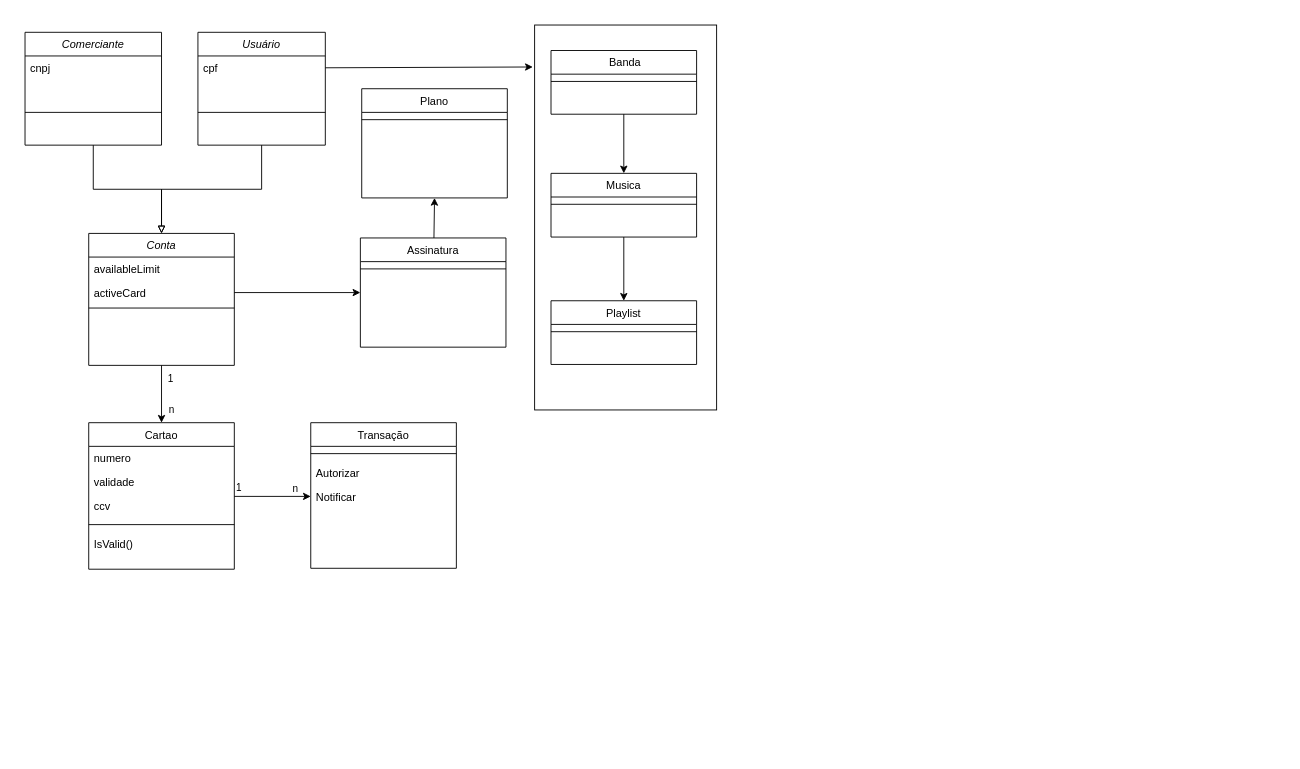
Before: Class_Diagram.drawio in alexfariakof/Infnet_Tecnologia_.NET_23E4_2, a draw.io diagram. Source tidied: cells renumbered, new cells numbered last; positions are measured from the earlier drawing's top-left corner, leaving out a move shared by most shapes. Both pictures are drawn from the tidied source at 91%, with x=0, y=0 at pixel (25, 25).
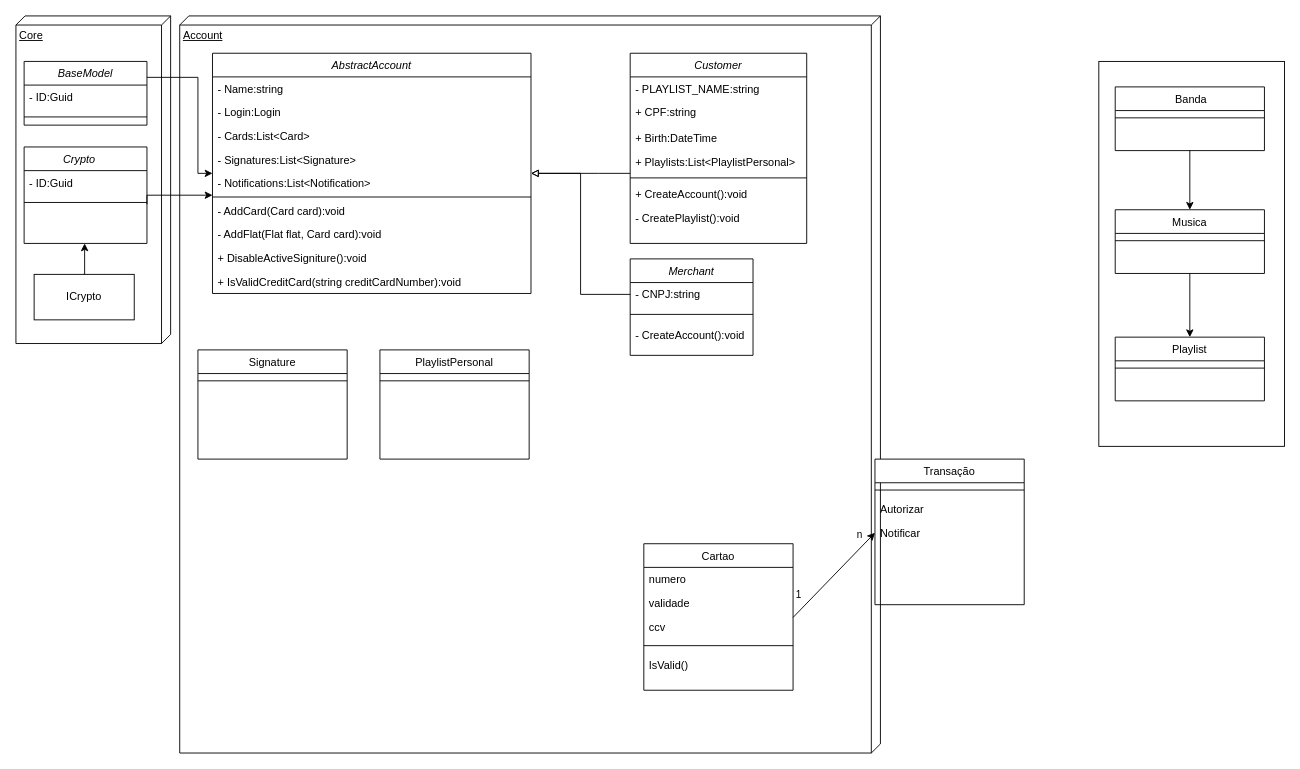
The same diagram, later.

Change to the diagram source:
```diff
@@
-    <mxCell id="2" style="rounded=0;jettySize=auto;html=1;entryX=0.5;entryY=0;entryDx=0;entryDy=0;" parent="1" edge="1" source="5" target="9">
-      <mxGeometry relative="1" as="geometry" />
-    </mxCell>
-    <mxCell id="3" value="n" style="edgeLabel;html=1;align=center;verticalAlign=middle;" parent="2" vertex="1">
-      <mxGeometry x="0.51" y="3" relative="1" as="geometry">
-        <mxPoint x="7" as="offset" />
-      </mxGeometry>
-    </mxCell>
-    <mxCell id="4" value="1" style="edgeLabel;html=1;align=center;verticalAlign=middle;" parent="2" vertex="1">
-      <mxGeometry x="-0.56" y="-1" relative="1" as="geometry">
-        <mxPoint x="10" as="offset" />
-      </mxGeometry>
-    </mxCell>
+    <mxCell id="47" value="Account&lt;br&gt;" style="verticalAlign=top;align=left;spacingTop=8;spacingLeft=2;spacingRight=12;shape=cube;size=10;direction=south;fontStyle=4;html=1;whiteSpace=wrap;" parent="1" vertex="1">
+      <mxGeometry x="170" y="-10" width="770" height="810" as="geometry" />
+    </mxCell>
+    <mxCell id="48" value="Core&lt;br&gt;" style="verticalAlign=top;align=left;spacingTop=8;spacingLeft=2;spacingRight=12;shape=cube;size=10;direction=south;fontStyle=4;html=1;whiteSpace=wrap;" parent="1" vertex="1">
+      <mxGeometry x="-10" y="-10" width="170" height="360" as="geometry" />
+    </mxCell>
-    <mxCell id="5" value="Conta" style="swimlane;fontStyle=2;align=center;verticalAlign=top;horizontal=1;startSize=26;rounded=0;shadow=0;strokeWidth=1;labelBackgroundColor=default;" parent="1" vertex="1">
-      <mxGeometry x="70" y="229" width="160" height="145" as="geometry" />
+    <mxCell id="5" value="AbstractAccount" style="swimlane;fontStyle=2;align=center;verticalAlign=top;horizontal=1;startSize=26;rounded=0;shadow=0;strokeWidth=1;labelBackgroundColor=default;" parent="1" vertex="1">
+      <mxGeometry x="206" y="31" width="350" height="264" as="geometry" />
     </mxCell>
-    <mxCell id="6" value="availableLimit" style="text;align=left;verticalAlign=top;spacingLeft=4;spacingRight=4;overflow=hidden;rounded=0;shadow=0;html=0;" parent="5" vertex="1">
-      <mxGeometry y="26" width="160" height="26" as="geometry" />
+    <mxCell id="6" value="- Name:string" style="text;align=left;verticalAlign=top;spacingLeft=4;spacingRight=4;overflow=hidden;rounded=0;shadow=0;html=0;" parent="5" vertex="1">
+      <mxGeometry y="26" width="350" height="26" as="geometry" />
     </mxCell>
-    <mxCell id="7" value="activeCard" style="text;align=left;verticalAlign=top;spacingLeft=4;spacingRight=4;overflow=hidden;points=[[0,0.5],[1,0.5]];portConstraint=eastwest;" parent="5" vertex="1">
-      <mxGeometry y="52" width="160" height="26" as="geometry" />
+    <mxCell id="7" value="- Login:Login" style="text;align=left;verticalAlign=top;spacingLeft=4;spacingRight=4;overflow=hidden;points=[[0,0.5],[1,0.5]];portConstraint=eastwest;" parent="5" vertex="1">
+      <mxGeometry y="52" width="350" height="26" as="geometry" />
     </mxCell>
+    <mxCell id="49" value="- Cards:List&lt;Card&gt;" style="text;align=left;verticalAlign=top;spacingLeft=4;spacingRight=4;overflow=hidden;" parent="5" vertex="1">
+      <mxGeometry y="78" width="350" height="26" as="geometry" />
+    </mxCell>
+    <mxCell id="50" value="- Signatures:List&lt;Signature&gt;" style="text;align=left;verticalAlign=top;spacingLeft=4;spacingRight=4;overflow=hidden;" parent="5" vertex="1">
+      <mxGeometry y="104" width="350" height="26" as="geometry" />
+    </mxCell>
+    <mxCell id="51" value="- Notifications:List&lt;Notification&gt;" style="text;align=left;verticalAlign=top;spacingLeft=4;spacingRight=4;overflow=hidden;" parent="5" vertex="1">
+      <mxGeometry y="130" width="350" height="26" as="geometry" />
+    </mxCell>
     <mxCell id="8" style="line;html=1;strokeWidth=1;align=left;verticalAlign=middle;spacingTop=-1;spacingLeft=3;spacingRight=3;labelPosition=right;" parent="5" vertex="1">
-      <mxGeometry y="78" width="160" height="8" as="geometry" />
+      <mxGeometry y="156" width="350" height="4" as="geometry" />
     </mxCell>
+    <mxCell id="52" value="- AddCard(Card card):void " style="text;align=left;verticalAlign=top;spacingLeft=4;spacingRight=4;overflow=hidden;" parent="5" vertex="1">
+      <mxGeometry y="160" width="350" height="26" as="geometry" />
+    </mxCell>
+    <mxCell id="53" value="- AddFlat(Flat flat, Card card):void " style="text;align=left;verticalAlign=top;spacingLeft=4;spacingRight=4;overflow=hidden;" parent="5" vertex="1">
+      <mxGeometry y="186" width="350" height="26" as="geometry" />
+    </mxCell>
+    <mxCell id="54" value="+ DisableActiveSigniture():void " style="text;align=left;verticalAlign=top;spacingLeft=4;spacingRight=4;overflow=hidden;" parent="5" vertex="1">
+      <mxGeometry y="212" width="350" height="26" as="geometry" />
+    </mxCell>
+    <mxCell id="55" value="+ IsValidCreditCard(string creditCardNumber):void" style="text;align=left;verticalAlign=top;spacingLeft=4;spacingRight=4;overflow=hidden;" parent="5" vertex="1">
+      <mxGeometry y="238" width="350" height="26" as="geometry" />
+    </mxCell>
     <mxCell id="9" value="Cartao&#10;" style="swimlane;fontStyle=0;align=center;verticalAlign=top;horizontal=1;startSize=26;rounded=0;shadow=0;strokeWidth=1;" parent="1" vertex="1">
-      <mxGeometry x="70" y="437" width="160" height="161" as="geometry" />
+      <mxGeometry x="680" y="570" width="164" height="161" as="geometry" />
     </mxCell>
     <mxCell id="10" value="numero&#10;" style="text;align=left;verticalAlign=top;spacingLeft=4;spacingRight=4;overflow=hidden;" parent="9" vertex="1">
-      <mxGeometry y="26" width="160" height="26" as="geometry" />
+      <mxGeometry y="26" width="164" height="26" as="geometry" />
     </mxCell>
     <mxCell id="11" value="validade&#10;" style="text;align=left;verticalAlign=top;spacingLeft=4;spacingRight=4;overflow=hidden;points=[[0,0.5],[1,0.5]];portConstraint=eastwest;" parent="9" vertex="1">
-      <mxGeometry y="52" width="160" height="26" as="geometry" />
+      <mxGeometry y="52" width="164" height="26" as="geometry" />
     </mxCell>
     <mxCell id="12" value="ccv&#10;" style="text;align=left;verticalAlign=top;spacingLeft=4;spacingRight=4;overflow=hidden;" parent="9" vertex="1">
-      <mxGeometry y="78" width="160" height="26" as="geometry" />
+      <mxGeometry y="78" width="164" height="26" as="geometry" />
     </mxCell>
     <mxCell id="13" style="line;html=1;strokeWidth=1;align=left;verticalAlign=middle;spacingTop=-1;spacingLeft=3;spacingRight=3;labelPosition=right;" parent="9" vertex="1">
-      <mxGeometry y="104" width="160" height="16" as="geometry" />
+      <mxGeometry y="104" width="164" height="16" as="geometry" />
     </mxCell>
     <mxCell id="14" value="IsValid()" style="text;align=left;verticalAlign=top;spacingLeft=4;spacingRight=4;overflow=hidden;" parent="9" vertex="1">
-      <mxGeometry y="120" width="160" height="26" as="geometry" />
+      <mxGeometry y="120" width="164" height="26" as="geometry" />
     </mxCell>
-    <mxCell id="15" style="edgeStyle=orthogonalEdgeStyle;rounded=0;jettySize=auto;html=1;exitX=0.5;exitY=1;exitDx=0;exitDy=0;entryX=0.5;entryY=0;entryDx=0;entryDy=0;endArrow=block;endFill=0;" parent="1" edge="1" source="16" target="5">
-      <mxGeometry relative="1" as="geometry" />
-    </mxCell>
-    <mxCell id="16" value="Usuário&#10;" style="swimlane;fontStyle=2;align=center;verticalAlign=top;horizontal=1;startSize=26;rounded=0;shadow=0;strokeWidth=1;labelBackgroundColor=default;" parent="1" vertex="1">
-      <mxGeometry x="190" y="8" width="140" height="124" as="geometry" />
+    <mxCell id="16" value="Customer" style="swimlane;fontStyle=2;align=center;verticalAlign=top;horizontal=1;startSize=26;rounded=0;shadow=0;strokeWidth=1;labelBackgroundColor=default;" parent="1" vertex="1">
+      <mxGeometry x="665" y="31" width="194" height="209" as="geometry" />
     </mxCell>
-    <mxCell id="17" value="cpf" style="text;align=left;verticalAlign=top;spacingLeft=4;spacingRight=4;overflow=hidden;points=[[0,0.5],[1,0.5]];portConstraint=eastwest;rounded=0;shadow=0;html=0;" parent="16" vertex="1">
-      <mxGeometry y="26" width="140" height="26" as="geometry" />
+    <mxCell id="17" value="- PLAYLIST_NAME:string&#10;" style="text;align=left;verticalAlign=top;spacingLeft=4;spacingRight=4;overflow=hidden;points=[[0,0.5],[1,0.5]];portConstraint=eastwest;rounded=0;shadow=0;html=0;" parent="16" vertex="1">
+      <mxGeometry y="26" width="194" height="26" as="geometry" />
     </mxCell>
+    <mxCell id="56" value="+ CPF:string" style="text;align=left;verticalAlign=top;spacingLeft=4;spacingRight=4;overflow=hidden;rounded=0;shadow=0;html=0;" parent="16" vertex="1">
+      <mxGeometry y="52" width="194" height="28" as="geometry" />
+    </mxCell>
+    <mxCell id="57" value="+ Birth:DateTime" style="text;align=left;verticalAlign=top;spacingLeft=4;spacingRight=4;overflow=hidden;rounded=0;shadow=0;html=0;" parent="16" vertex="1">
+      <mxGeometry y="80" width="194" height="26" as="geometry" />
+    </mxCell>
+    <mxCell id="58" value="+ Playlists:List&lt;PlaylistPersonal&gt;" style="text;align=left;verticalAlign=top;spacingLeft=4;spacingRight=4;overflow=hidden;points=[[0,0.5],[1,0.5]];portConstraint=eastwest;rounded=0;shadow=0;html=0;" parent="16" vertex="1">
+      <mxGeometry y="106" width="194" height="26" as="geometry" />
+    </mxCell>
     <mxCell id="18" style="line;html=1;strokeWidth=1;align=left;verticalAlign=middle;spacingTop=-1;spacingLeft=3;spacingRight=3;labelPosition=right;" parent="16" vertex="1">
-      <mxGeometry y="52" width="140" height="72" as="geometry" />
+      <mxGeometry y="132" width="194" height="10" as="geometry" />
     </mxCell>
+    <mxCell id="59" value="+ CreateAccount():void" style="text;align=left;verticalAlign=top;spacingLeft=4;spacingRight=4;overflow=hidden;rounded=0;shadow=0;html=0;" parent="16" vertex="1">
+      <mxGeometry y="142" width="194" height="26" as="geometry" />
+    </mxCell>
+    <mxCell id="60" value="- CreatePlaylist():void" style="text;align=left;verticalAlign=top;spacingLeft=4;spacingRight=4;overflow=hidden;rounded=0;shadow=0;html=0;" parent="16" vertex="1">
+      <mxGeometry y="168" width="194" height="26" as="geometry" />
+    </mxCell>
     <mxCell id="19" value="Transação" style="swimlane;fontStyle=0;align=center;verticalAlign=top;horizontal=1;startSize=26;rounded=0;shadow=0;strokeWidth=1;" parent="1" vertex="1">
-      <mxGeometry x="314" y="437" width="160" height="160" as="geometry" />
+      <mxGeometry x="934" y="477" width="164" height="160" as="geometry" />
     </mxCell>
     <mxCell id="20" style="line;html=1;strokeWidth=1;align=left;verticalAlign=middle;spacingTop=-1;spacingLeft=3;spacingRight=3;labelPosition=right;" parent="19" vertex="1">
-      <mxGeometry y="26" width="160" height="16" as="geometry" />
+      <mxGeometry y="26" width="164" height="16" as="geometry" />
     </mxCell>
     <mxCell id="21" value="Autorizar&#10;" style="text;align=left;verticalAlign=top;spacingLeft=4;spacingRight=4;overflow=hidden;" parent="19" vertex="1">
-      <mxGeometry y="42" width="160" height="26" as="geometry" />
+      <mxGeometry y="42" width="164" height="26" as="geometry" />
     </mxCell>
     <mxCell id="22" value="Notificar" style="text;align=left;verticalAlign=top;spacingLeft=4;spacingRight=4;overflow=hidden;points=[[0,0.5],[1,0.5]];portConstraint=eastwest;" parent="19" vertex="1">
-      <mxGeometry y="68" width="160" height="26" as="geometry" />
+      <mxGeometry y="68" width="164" height="26" as="geometry" />
     </mxCell>
@@
-    <mxCell id="26" style="rounded=0;jettySize=auto;html=1;entryX=0.5;entryY=1;entryDx=0;entryDy=0;" parent="1" edge="1" source="27" target="34">
-      <mxGeometry relative="1" as="geometry" />
-    </mxCell>
-    <mxCell id="27" value="Assinatura" style="swimlane;fontStyle=0;align=center;verticalAlign=top;horizontal=1;startSize=26;rounded=0;shadow=0;strokeWidth=1;" parent="1" vertex="1">
-      <mxGeometry x="368.5" y="234" width="160" height="120" as="geometry" />
+    <mxCell id="27" value="Signature" style="swimlane;fontStyle=0;align=center;verticalAlign=top;horizontal=1;startSize=26;rounded=0;shadow=0;strokeWidth=1;" parent="1" vertex="1">
+      <mxGeometry x="190" y="357" width="164" height="120" as="geometry" />
     </mxCell>
     <mxCell id="28" style="line;html=1;strokeWidth=1;align=left;verticalAlign=middle;spacingTop=-1;spacingLeft=3;spacingRight=3;labelPosition=right;" parent="27" vertex="1">
-      <mxGeometry y="26" width="160" height="16" as="geometry" />
+      <mxGeometry y="26" width="164" height="16" as="geometry" />
     </mxCell>
@@
-    <mxCell id="30" style="edgeStyle=orthogonalEdgeStyle;rounded=0;jettySize=auto;html=1;exitX=0.5;exitY=1;exitDx=0;exitDy=0;entryX=0.5;entryY=0;entryDx=0;entryDy=0;endArrow=block;endFill=0;" parent="1" edge="1" source="31" target="5">
-      <mxGeometry relative="1" as="geometry" />
-    </mxCell>
-    <mxCell id="31" value="Comerciante" style="swimlane;fontStyle=2;align=center;verticalAlign=top;horizontal=1;startSize=26;rounded=0;shadow=0;strokeWidth=1;labelBackgroundColor=default;" parent="1" vertex="1">
-      <mxGeometry y="8" width="150" height="124" as="geometry" />
+    <mxCell id="31" value="Merchant" style="swimlane;fontStyle=2;align=center;verticalAlign=top;horizontal=1;startSize=26;rounded=0;shadow=0;strokeWidth=1;labelBackgroundColor=default;" parent="1" vertex="1">
+      <mxGeometry x="665" y="257" width="135" height="106" as="geometry" />
     </mxCell>
-    <mxCell id="32" value="cnpj" style="text;align=left;verticalAlign=top;spacingLeft=4;spacingRight=4;overflow=hidden;points=[[0,0.5],[1,0.5]];portConstraint=eastwest;rounded=0;shadow=0;html=0;" parent="31" vertex="1">
-      <mxGeometry y="26" width="150" height="26" as="geometry" />
+    <mxCell id="32" value="- CNPJ:string" style="text;align=left;verticalAlign=top;spacingLeft=4;spacingRight=4;overflow=hidden;points=[[0,0.5],[1,0.5]];portConstraint=eastwest;rounded=0;shadow=0;html=0;" parent="31" vertex="1">
+      <mxGeometry y="26" width="135" height="26" as="geometry" />
     </mxCell>
     <mxCell id="33" style="line;html=1;strokeWidth=1;align=left;verticalAlign=middle;spacingTop=-1;spacingLeft=3;spacingRight=3;labelPosition=right;" parent="31" vertex="1">
-      <mxGeometry y="52" width="150" height="72" as="geometry" />
+      <mxGeometry y="52" width="135" height="18" as="geometry" />
     </mxCell>
-    <mxCell id="34" value="Plano" style="swimlane;fontStyle=0;align=center;verticalAlign=top;horizontal=1;startSize=26;rounded=0;shadow=0;strokeWidth=1;" parent="1" vertex="1">
-      <mxGeometry x="370" y="70" width="160" height="120" as="geometry" />
-    </mxCell>
-    <mxCell id="35" style="line;html=1;strokeWidth=1;align=left;verticalAlign=middle;spacingTop=-1;spacingLeft=3;spacingRight=3;labelPosition=right;" parent="34" vertex="1">
-      <mxGeometry y="26" width="160" height="16" as="geometry" />
-    </mxCell>
-    <mxCell id="36" style="edgeStyle=orthogonalEdgeStyle;rounded=0;jettySize=auto;html=1;entryX=0;entryY=0.5;entryDx=0;entryDy=0;" parent="1" edge="1" source="7" target="27">
-      <mxGeometry relative="1" as="geometry" />
-    </mxCell>
+    <mxCell id="61" value="- CreateAccount():void" style="text;align=left;verticalAlign=top;spacingLeft=4;spacingRight=4;overflow=hidden;rounded=0;shadow=0;html=0;" parent="31" vertex="1">
+      <mxGeometry y="70" width="135" height="26" as="geometry" />
+    </mxCell>
     <mxCell id="37" style="rounded=0;whiteSpace=wrap;html=1;" parent="1" vertex="1">
-      <mxGeometry x="560" width="200" height="423" as="geometry" />
+      <mxGeometry x="1180" y="40" width="204" height="423" as="geometry" />
     </mxCell>
@@
     <mxCell id="39" value=" Banda" style="swimlane;fontStyle=0;align=center;verticalAlign=top;horizontal=1;startSize=26;rounded=0;shadow=0;strokeWidth=1;" parent="1" vertex="1">
-      <mxGeometry x="578" y="28" width="160" height="70" as="geometry" />
+      <mxGeometry x="1198" y="68" width="164" height="70" as="geometry" />
     </mxCell>
     <mxCell id="40" style="line;html=1;strokeWidth=1;align=left;verticalAlign=middle;spacingTop=-1;spacingLeft=3;spacingRight=3;labelPosition=right;" parent="39" vertex="1">
-      <mxGeometry y="26" width="160" height="16" as="geometry" />
+      <mxGeometry y="26" width="164" height="16" as="geometry" />
     </mxCell>
@@
     <mxCell id="42" value="Musica" style="swimlane;fontStyle=0;align=center;verticalAlign=top;horizontal=1;startSize=26;rounded=0;shadow=0;strokeWidth=1;" parent="1" vertex="1">
-      <mxGeometry x="578" y="163" width="160" height="70" as="geometry" />
+      <mxGeometry x="1198" y="203" width="164" height="70" as="geometry" />
     </mxCell>
     <mxCell id="43" style="line;html=1;strokeWidth=1;align=left;verticalAlign=middle;spacingTop=-1;spacingLeft=3;spacingRight=3;labelPosition=right;" parent="42" vertex="1">
-      <mxGeometry y="26" width="160" height="16" as="geometry" />
+      <mxGeometry y="26" width="164" height="16" as="geometry" />
     </mxCell>
     <mxCell id="44" value="Playlist&#10;" style="swimlane;fontStyle=0;align=center;verticalAlign=top;horizontal=1;startSize=26;rounded=0;shadow=0;strokeWidth=1;" parent="1" vertex="1">
-      <mxGeometry x="578" y="303" width="160" height="70" as="geometry" />
+      <mxGeometry x="1198" y="343" width="164" height="70" as="geometry" />
     </mxCell>
     <mxCell id="45" style="line;html=1;strokeWidth=1;align=left;verticalAlign=middle;spacingTop=-1;spacingLeft=3;spacingRight=3;labelPosition=right;" parent="44" vertex="1">
-      <mxGeometry y="26" width="160" height="16" as="geometry" />
+      <mxGeometry y="26" width="164" height="16" as="geometry" />
     </mxCell>
-    <mxCell id="46" style="rounded=0;jettySize=auto;html=1;exitX=1;exitY=0.5;exitDx=0;exitDy=0;entryX=-0.01;entryY=0.109;entryDx=0;entryDy=0;entryPerimeter=0;" parent="1" edge="1" source="17" target="37">
-      <mxGeometry relative="1" as="geometry" />
-    </mxCell>
+    <mxCell id="62" value="Crypto    " style="swimlane;fontStyle=2;align=center;verticalAlign=top;horizontal=1;startSize=26;rounded=0;shadow=0;strokeWidth=1;labelBackgroundColor=default;" parent="1" vertex="1">
+      <mxGeometry x="-1" y="134" width="135" height="106" as="geometry" />
+    </mxCell>
+    <mxCell id="63" value="- ID:Guid" style="text;align=left;verticalAlign=top;spacingLeft=4;spacingRight=4;overflow=hidden;rounded=0;shadow=0;html=0;" parent="62" vertex="1">
+      <mxGeometry y="26" width="135" height="26" as="geometry" />
+    </mxCell>
+    <mxCell id="64" style="line;html=1;strokeWidth=1;align=left;verticalAlign=middle;spacingTop=-1;spacingLeft=3;spacingRight=3;labelPosition=right;" parent="62" vertex="1">
+      <mxGeometry y="52" width="135" height="18" as="geometry" />
+    </mxCell>
+    <mxCell id="65" style="edgeStyle=orthogonalEdgeStyle;rounded=0;orthogonalLoop=1;jettySize=auto;html=1;entryX=0.5;entryY=1;entryDx=0;entryDy=0;" parent="1" edge="1">
+      <mxGeometry relative="1" as="geometry">
+        <mxPoint x="64" y="274" as="sourcePoint" />
+        <mxPoint x="65.5" y="240" as="targetPoint" />
+      </mxGeometry>
+    </mxCell>
+    <mxCell id="66" value="ICrypto" style="html=1;whiteSpace=wrap;" parent="1" vertex="1">
+      <mxGeometry x="10" y="274" width="110" height="50" as="geometry" />
+    </mxCell>
+    <mxCell id="67" value="BaseModel" style="swimlane;fontStyle=2;align=center;verticalAlign=top;horizontal=1;startSize=26;rounded=0;shadow=0;strokeWidth=1;labelBackgroundColor=default;" parent="1" vertex="1">
+      <mxGeometry x="-1" y="40" width="135" height="70" as="geometry" />
+    </mxCell>
+    <mxCell id="68" value="- ID:Guid" style="text;align=left;verticalAlign=top;spacingLeft=4;spacingRight=4;overflow=hidden;rounded=0;shadow=0;html=0;" parent="67" vertex="1">
+      <mxGeometry y="26" width="135" height="26" as="geometry" />
+    </mxCell>
+    <mxCell id="69" style="line;html=1;strokeWidth=1;align=left;verticalAlign=middle;spacingTop=-1;spacingLeft=3;spacingRight=3;labelPosition=right;" parent="67" vertex="1">
+      <mxGeometry y="52" width="135" height="18" as="geometry" />
+    </mxCell>
+    <mxCell id="70" value="PlaylistPersonal" style="swimlane;fontStyle=0;align=center;verticalAlign=top;horizontal=1;startSize=26;rounded=0;shadow=0;strokeWidth=1;" parent="1" vertex="1">
+      <mxGeometry x="390" y="357" width="164" height="120" as="geometry" />
+    </mxCell>
+    <mxCell id="71" style="line;html=1;strokeWidth=1;align=left;verticalAlign=middle;spacingTop=-1;spacingLeft=3;spacingRight=3;labelPosition=right;" parent="70" vertex="1">
+      <mxGeometry y="26" width="164" height="16" as="geometry" />
+    </mxCell>
+    <mxCell id="72" style="edgeStyle=orthogonalEdgeStyle;rounded=0;jettySize=auto;html=1;endArrow=block;endFill=0;" parent="1" edge="1" source="58" target="5">
+      <mxGeometry relative="1" as="geometry">
+        <Array as="points">
+          <mxPoint x="630" y="163" />
+          <mxPoint x="630" y="163" />
+        </Array>
+      </mxGeometry>
+    </mxCell>
+    <mxCell id="73" style="edgeStyle=orthogonalEdgeStyle;rounded=0;jettySize=auto;html=1;endArrow=block;endFill=0;" parent="1" edge="1" source="32" target="5">
+      <mxGeometry relative="1" as="geometry" />
+    </mxCell>
+    <mxCell id="74" style="edgeStyle=orthogonalEdgeStyle;rounded=0;jettySize=auto;html=1;exitX=1;exitY=0.25;exitDx=0;exitDy=0;" parent="1" edge="1" source="67" target="5">
+      <mxGeometry relative="1" as="geometry">
+        <Array as="points">
+          <mxPoint x="190" y="58" />
+          <mxPoint x="190" y="163" />
+        </Array>
+      </mxGeometry>
+    </mxCell>
+    <mxCell id="75" style="edgeStyle=orthogonalEdgeStyle;rounded=0;orthogonalLoop=1;jettySize=auto;html=1;" parent="1" edge="1">
+      <mxGeometry relative="1" as="geometry">
+        <mxPoint x="134" y="197" as="sourcePoint" />
+        <mxPoint x="206" y="187" as="targetPoint" />
+        <Array as="points">
+          <mxPoint x="134" y="187" />
+        </Array>
+      </mxGeometry>
+    </mxCell>
```
